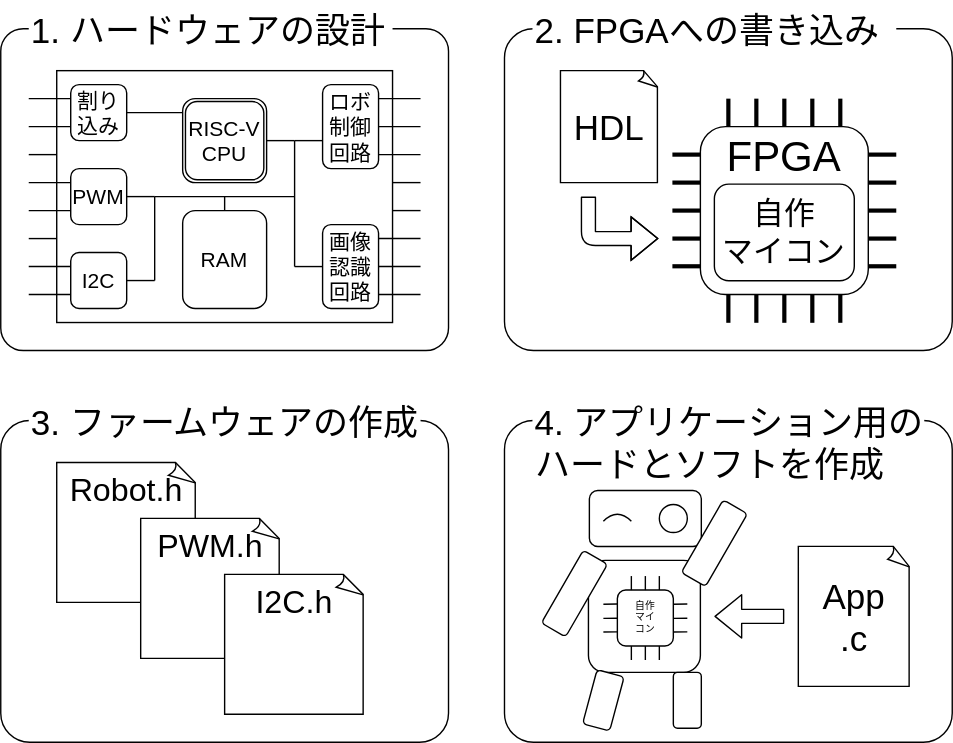
This is Next-MICON/img/mycon_devflow.dio.svg from Next-MICON/Next-MOCON.github.io, a draw.io export, as it was before one commit. Source tidied: cells renumbered, new cells last; positions are measured from the earlier drawing's top-left corner, leaving out a move shared by most shapes.
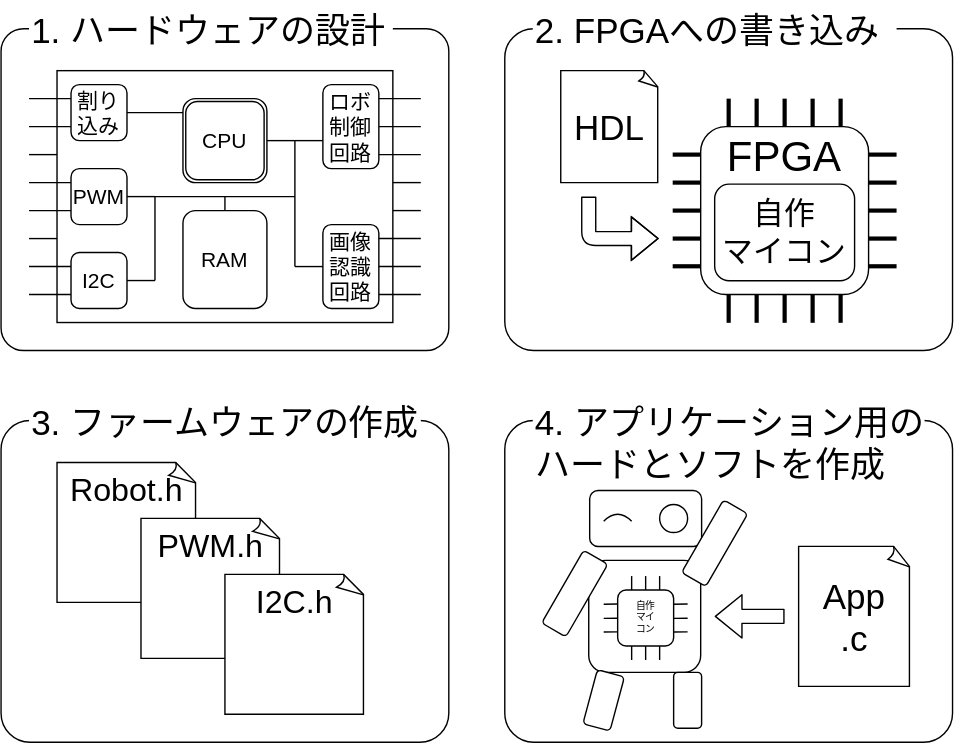
The same file after the commit.

Change to the diagram source:
```diff
@@ -20,7 +20,7 @@
     <mxCell id="7" style="rounded=0;whiteSpace=wrap;html=1;fontSize=15;fillColor=none;" parent="1" vertex="1">
       <mxGeometry x="40" y="50" width="240" height="180" as="geometry" />
     </mxCell>
-    <mxCell id="8" value="RISC-V&lt;br&gt;CPU" style="rounded=1;whiteSpace=wrap;html=1;fontFamily=Helvetica;fontSize=15;fontColor=default;align=center;strokeColor=default;fillColor=default;" parent="1" vertex="1">
+    <mxCell id="8" value="CPU" style="rounded=1;whiteSpace=wrap;html=1;fontFamily=Helvetica;fontSize=15;fontColor=default;align=center;strokeColor=default;fillColor=default;" parent="1" vertex="1">
       <mxGeometry x="130" y="70" width="60" height="60" as="geometry" />
     </mxCell>
     <mxCell id="9" value="I2C" style="rounded=1;whiteSpace=wrap;html=1;fontFamily=Helvetica;fontSize=15;fontColor=default;align=center;strokeColor=default;fillColor=default;" parent="1" vertex="1">
```
